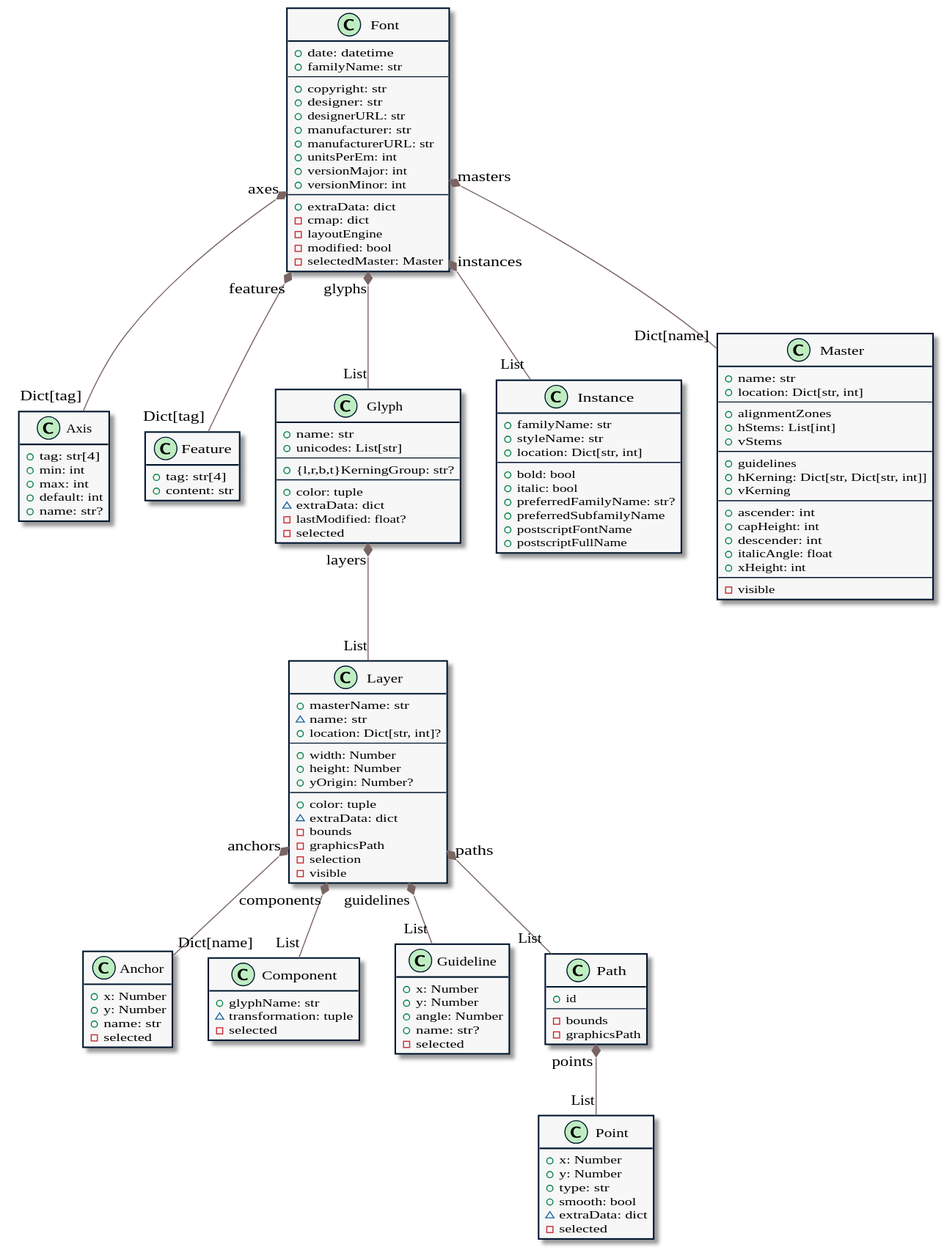
Earlier version of the PlantUML export doc/tree.svg (trufont/tfont).
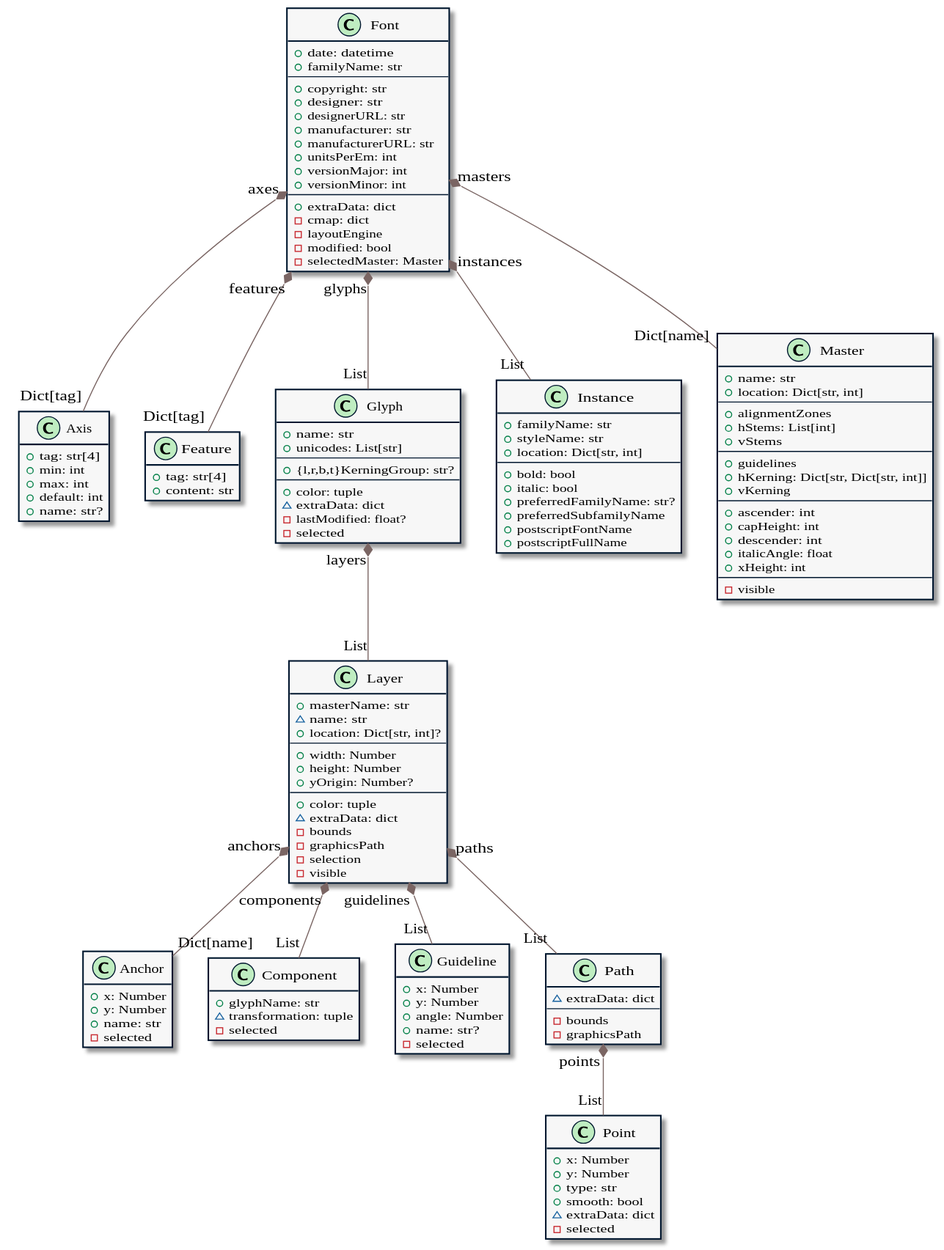
After the commit.

Commit message:
Reform extraData serialization

[breaking-change]

Change to the diagram source:
```diff
@@ -127,7 +127,7 @@
 }
 
 class Path {
-  + id
+  ~ extraData: dict
   ---
   - bounds
   - graphicsPath
```
